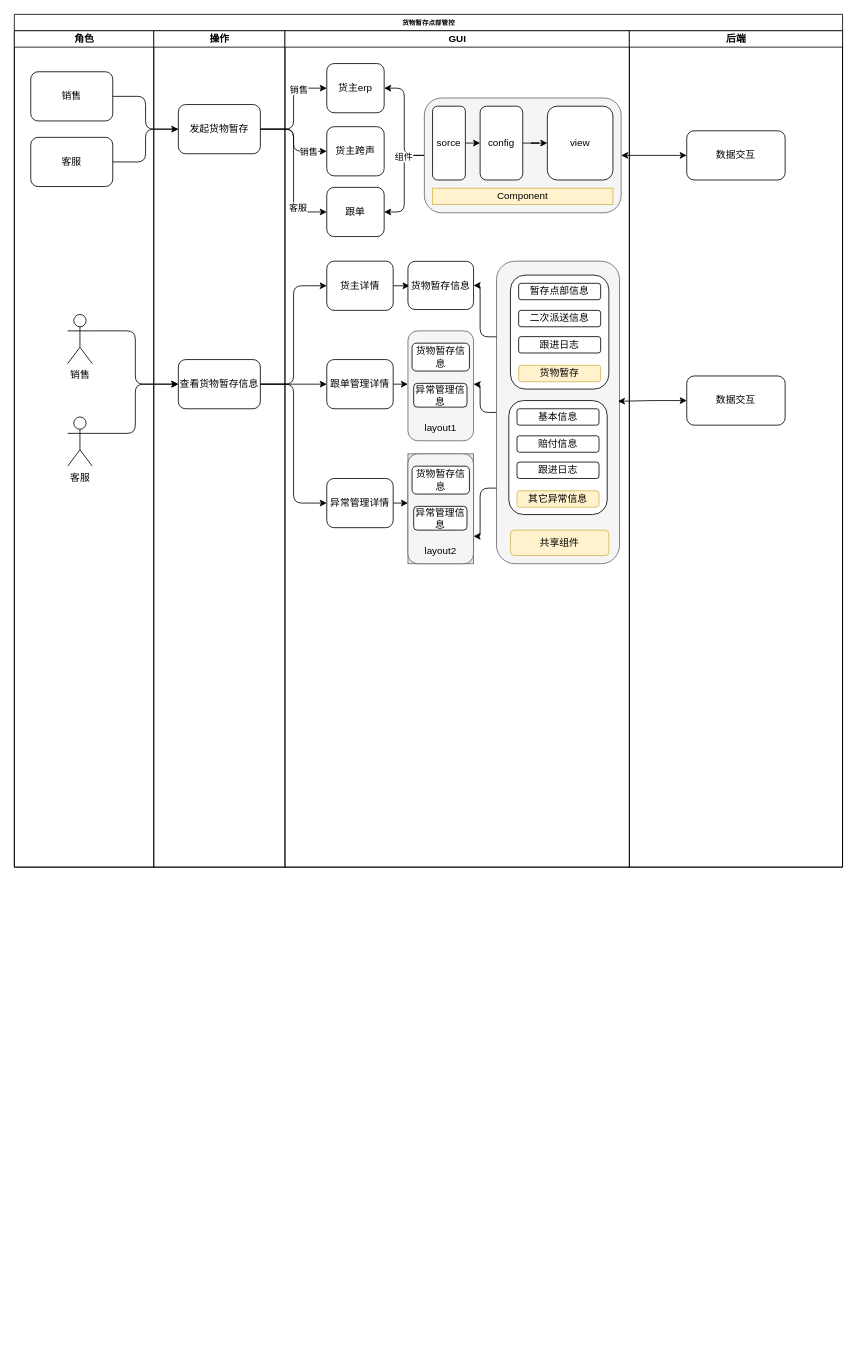
wenwenwei/- keeps this draw.io diagram as 货物暂存点部管控.drawio. Above is the earlier version. Source tidied: cells renumbered, new cells numbered last; positions are measured from the earlier drawing's top-left corner, leaving out a move shared by most shapes. Both pictures are drawn from the tidied source at 82%, with x=0, y=0 at pixel (14, 14).
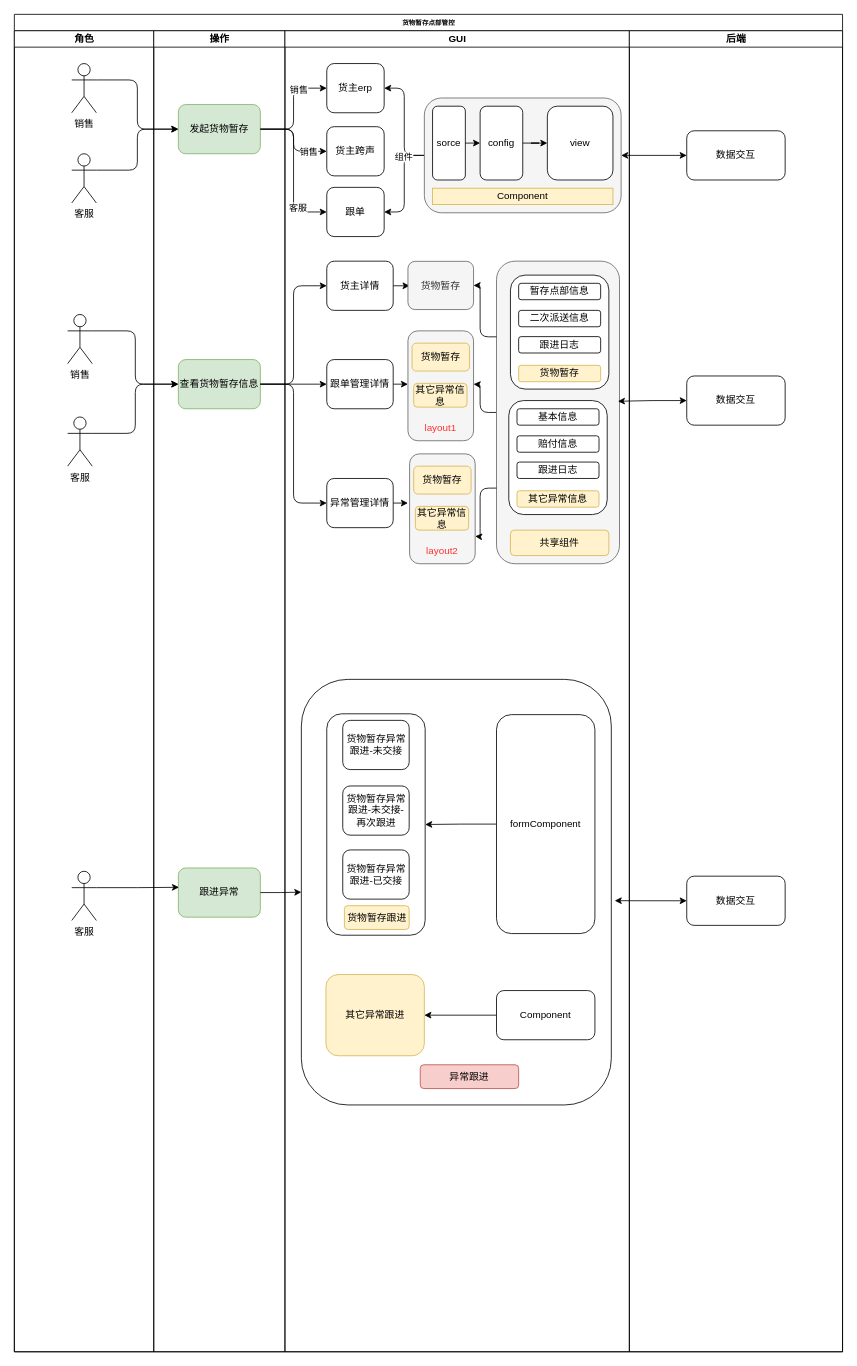
The same page after the edit.

Commit message:
更新货物暂存点部管控.drawio

The change refers to these unchanged cells:
```xml
<mxCell id="45" style="group;" parent="20" vertex="1">
  <mxGeometry x="150" y="366" width="80" height="134" as="geometry" />
</mxCell>
<mxCell id="52" style="rounded=1;whiteSpace=wrap;html=1;fillColor=#f5f5f5;strokeColor=#666666;fontColor=#333333;" parent="50" vertex="1">
  <mxGeometry width="150" height="369" as="geometry" />
</mxCell>
```

Change to the diagram source:
```diff
@@
     <mxCell id="2" value="货物暂存点部管控" style="swimlane;html=1;startSize=20;rounded=0;shadow=0;labelBackgroundColor=none;strokeWidth=1;fontFamily=Verdana;fontSize=8;align=center;" parent="1" vertex="1">
-      <mxGeometry width="1010" height="1040" as="geometry" />
+      <mxGeometry width="1010" height="1631" as="geometry" />
     </mxCell>
     <mxCell id="3" value="角色" style="swimlane;html=1;startSize=20;" parent="2" vertex="1">
-      <mxGeometry y="20" width="170" height="1020" as="geometry" />
+      <mxGeometry y="20" width="170" height="1611" as="geometry" />
     </mxCell>
-    <mxCell id="4" value="&lt;font style=&quot;font-size: 12px;&quot;&gt;销售&lt;/font&gt;" style="rounded=1;whiteSpace=wrap;html=1;shadow=0;labelBackgroundColor=none;strokeWidth=1;fontFamily=Verdana;fontSize=8;align=center;" parent="3" vertex="1">
-      <mxGeometry x="20" y="50" width="100" height="60" as="geometry" />
-    </mxCell>
-    <mxCell id="5" value="&lt;font style=&quot;font-size: 12px;&quot;&gt;客服&lt;/font&gt;" style="rounded=1;whiteSpace=wrap;html=1;shadow=0;labelBackgroundColor=none;strokeWidth=1;fontFamily=Verdana;fontSize=8;align=center;" parent="3" vertex="1">
-      <mxGeometry x="20" y="130" width="100" height="60" as="geometry" />
-    </mxCell>
@@
-    <mxCell id="8" style="edgeStyle=orthogonalEdgeStyle;rounded=1;html=1;labelBackgroundColor=none;startArrow=none;startFill=0;startSize=5;endArrow=classicThin;endFill=1;endSize=5;jettySize=auto;strokeWidth=1;fontFamily=Verdana;fontSize=8;" parent="2" edge="1" source="4" target="10">
-      <mxGeometry relative="1" as="geometry" />
-    </mxCell>
+    <mxCell id="4" value="销售" style="shape=umlActor;verticalLabelPosition=bottom;verticalAlign=top;html=1;outlineConnect=0;" parent="3" vertex="1">
+      <mxGeometry x="70" y="40" width="30" height="60" as="geometry" />
+    </mxCell>
+    <mxCell id="82" value="客服" style="shape=umlActor;verticalLabelPosition=bottom;verticalAlign=top;html=1;outlineConnect=0;" parent="3" vertex="1">
+      <mxGeometry x="70" y="150" width="30" height="60" as="geometry" />
+    </mxCell>
+    <mxCell id="83" value="客服" style="shape=umlActor;verticalLabelPosition=bottom;verticalAlign=top;html=1;outlineConnect=0;" parent="3" vertex="1">
+      <mxGeometry x="70" y="1025" width="30" height="60" as="geometry" />
+    </mxCell>
     <mxCell id="9" value="操作" style="swimlane;html=1;startSize=20;" parent="2" vertex="1">
-      <mxGeometry x="170" y="20" width="160" height="1020" as="geometry" />
+      <mxGeometry x="170" y="20" width="160" height="1611" as="geometry" />
     </mxCell>
-    <mxCell id="10" value="&lt;font style=&quot;font-size: 12px;&quot;&gt;发起货物暂存&lt;/font&gt;" style="rounded=1;whiteSpace=wrap;html=1;shadow=0;labelBackgroundColor=none;strokeWidth=1;fontFamily=Verdana;fontSize=8;align=center;" parent="9" vertex="1">
+    <mxCell id="10" value="&lt;font style=&quot;font-size: 12px;&quot;&gt;发起货物暂存&lt;/font&gt;" style="rounded=1;whiteSpace=wrap;html=1;shadow=0;labelBackgroundColor=none;strokeWidth=1;fontFamily=Verdana;fontSize=8;align=center;fillColor=#d5e8d4;strokeColor=#82b366;" parent="9" vertex="1">
       <mxGeometry x="30" y="90" width="100" height="60" as="geometry" />
     </mxCell>
-    <mxCell id="11" value="&lt;span style=&quot;font-size: 12px;&quot;&gt;查看货物暂存信息&lt;/span&gt;" style="rounded=1;whiteSpace=wrap;html=1;shadow=0;labelBackgroundColor=none;strokeWidth=1;fontFamily=Verdana;fontSize=8;align=center;" parent="9" vertex="1">
+    <mxCell id="11" value="&lt;span style=&quot;font-size: 12px;&quot;&gt;查看货物暂存信息&lt;/span&gt;" style="rounded=1;whiteSpace=wrap;html=1;shadow=0;labelBackgroundColor=none;strokeWidth=1;fontFamily=Verdana;fontSize=8;align=center;fillColor=#d5e8d4;strokeColor=#82b366;" parent="9" vertex="1">
       <mxGeometry x="30" y="401" width="100" height="60" as="geometry" />
     </mxCell>
-    <mxCell id="12" style="edgeStyle=orthogonalEdgeStyle;rounded=1;jettySize=auto;html=1;exitX=1;exitY=0.5;exitDx=0;exitDy=0;startArrow=none;startFill=0;curved=0;entryX=0;entryY=0.5;entryDx=0;entryDy=0;" parent="2" edge="1" source="5" target="10">
-      <mxGeometry relative="1" as="geometry" />
-    </mxCell>
+    <mxCell id="84" value="&lt;span style=&quot;font-size: 12px;&quot;&gt;跟进异常&lt;/span&gt;" style="rounded=1;whiteSpace=wrap;html=1;shadow=0;labelBackgroundColor=none;strokeWidth=1;fontFamily=Verdana;fontSize=8;align=center;fillColor=#d5e8d4;strokeColor=#82b366;" parent="9" vertex="1">
+      <mxGeometry x="30" y="1021" width="100" height="60" as="geometry" />
+    </mxCell>
@@
     <mxCell id="20" value="GUI" style="swimlane;html=1;startSize=20;" parent="2" vertex="1">
-      <mxGeometry x="330" y="20" width="420" height="1020" as="geometry" />
+      <mxGeometry x="330" y="20" width="420" height="1611" as="geometry" />
     </mxCell>
@@
-    <mxCell id="44" value="货物暂存信息" style="rounded=1;whiteSpace=wrap;html=1;" parent="20" vertex="1">
+    <mxCell id="44" value="货物暂存" style="rounded=1;whiteSpace=wrap;html=1;fillColor=#f5f5f5;fontColor=#333333;strokeColor=#666666;" parent="20" vertex="1">
       <mxGeometry x="150" y="281.2" width="80" height="58.8" as="geometry" />
     </mxCell>
@@
+    <mxCell id="85" style="group;" parent="45" vertex="1">
+      <mxGeometry width="80" height="134" as="geometry" />
+    </mxCell>
-    <mxCell id="46" style="rounded=1;whiteSpace=wrap;html=1;fillColor=#f5f5f5;fontColor=#333333;strokeColor=#666666;" parent="45" vertex="1">
+    <mxCell id="46" style="rounded=1;whiteSpace=wrap;html=1;fillColor=#f5f5f5;fontColor=#333333;strokeColor=#666666;" parent="85" vertex="1">
       <mxGeometry width="80" height="134" as="geometry" />
     </mxCell>
-    <mxCell id="47" value="货物暂存信息" style="rounded=1;whiteSpace=wrap;html=1;" parent="45" vertex="1">
+    <mxCell id="47" value="货物暂存" style="rounded=1;whiteSpace=wrap;html=1;fillColor=#fff2cc;strokeColor=#d6b656;" parent="85" vertex="1">
       <mxGeometry x="5" y="15" width="70" height="34" as="geometry" />
     </mxCell>
-    <mxCell id="48" value="异常管理信息" style="rounded=1;whiteSpace=wrap;html=1;" parent="45" vertex="1">
+    <mxCell id="48" value="其它异常信息" style="rounded=1;whiteSpace=wrap;html=1;fillColor=#fff2cc;strokeColor=#d6b656;" parent="85" vertex="1">
       <mxGeometry x="7" y="64" width="65" height="29" as="geometry" />
     </mxCell>
-    <mxCell id="49" value="layout1" style="text;html=1;align=center;verticalAlign=middle;whiteSpace=wrap;rounded=0;" parent="45" vertex="1">
+    <mxCell id="49" value="layout1" style="text;html=1;align=center;verticalAlign=middle;whiteSpace=wrap;rounded=0;fontColor=#FF3333;" parent="85" vertex="1">
       <mxGeometry x="10" y="104" width="60" height="30" as="geometry" />
     </mxCell>
@@
+    <mxCell id="86" style="edgeStyle=orthogonalEdgeStyle;rounded=0;jettySize=auto;html=1;exitX=0;exitY=0.5;exitDx=0;exitDy=0;entryX=1;entryY=0.5;entryDx=0;entryDy=0;" parent="20" edge="1" source="90" target="95">
+      <mxGeometry relative="1" as="geometry" />
+    </mxCell>
+    <mxCell id="87" style="edgeStyle=orthogonalEdgeStyle;rounded=0;jettySize=auto;html=1;exitX=0;exitY=0.5;exitDx=0;exitDy=0;" parent="20" edge="1" source="92" target="93">
+      <mxGeometry relative="1" as="geometry" />
+    </mxCell>
+    <mxCell id="88" style="rounded=1;whiteSpace=wrap;html=1;" parent="20" vertex="1">
+      <mxGeometry x="20" y="791" width="378" height="519" as="geometry" />
+    </mxCell>
+    <mxCell id="89" style="edgeStyle=orthogonalEdgeStyle;rounded=0;jettySize=auto;html=1;exitX=0;exitY=0.5;exitDx=0;exitDy=0;entryX=1;entryY=0.5;entryDx=0;entryDy=0;" parent="20" edge="1" source="90" target="95">
+      <mxGeometry relative="1" as="geometry" />
+    </mxCell>
+    <mxCell id="90" value="formComponent" style="rounded=1;whiteSpace=wrap;html=1;" parent="20" vertex="1">
+      <mxGeometry x="258" y="834" width="120" height="267" as="geometry" />
+    </mxCell>
+    <mxCell id="91" style="edgeStyle=orthogonalEdgeStyle;rounded=0;jettySize=auto;html=1;exitX=0;exitY=0.5;exitDx=0;exitDy=0;entryX=1;entryY=0.5;entryDx=0;entryDy=0;" parent="20" edge="1" source="92" target="93">
+      <mxGeometry relative="1" as="geometry" />
+    </mxCell>
+    <mxCell id="92" value="Component" style="rounded=1;whiteSpace=wrap;html=1;" parent="20" vertex="1">
+      <mxGeometry x="258" y="1170.5" width="120" height="60" as="geometry" />
+    </mxCell>
+    <mxCell id="93" value="其它异常跟进" style="rounded=1;whiteSpace=wrap;html=1;fillColor=#fff2cc;strokeColor=#d6b656;" parent="20" vertex="1">
+      <mxGeometry x="50" y="1151" width="120" height="99" as="geometry" />
+    </mxCell>
+    <mxCell id="94" style="group;" parent="20" vertex="1">
+      <mxGeometry x="51" y="833" width="120" height="270" as="geometry" />
+    </mxCell>
+    <mxCell id="95" style="rounded=1;whiteSpace=wrap;html=1;" parent="94" vertex="1">
+      <mxGeometry width="120" height="270" as="geometry" />
+    </mxCell>
+    <mxCell id="96" value="货物暂存异常跟进-未交接" style="rounded=1;whiteSpace=wrap;html=1;" parent="94" vertex="1">
+      <mxGeometry x="19.5" y="8" width="81" height="60" as="geometry" />
+    </mxCell>
+    <mxCell id="97" value="货物暂存异常跟进-未交接-再次跟进" style="rounded=1;whiteSpace=wrap;html=1;" parent="94" vertex="1">
+      <mxGeometry x="19.5" y="88" width="81" height="60" as="geometry" />
+    </mxCell>
+    <mxCell id="98" value="货物暂存异常跟进-已交接" style="rounded=1;whiteSpace=wrap;html=1;" parent="94" vertex="1">
+      <mxGeometry x="19.5" y="166" width="81" height="60" as="geometry" />
+    </mxCell>
+    <mxCell id="99" value="货物暂存跟进" style="rounded=1;whiteSpace=wrap;html=1;fillColor=#fff2cc;strokeColor=#d6b656;" parent="94" vertex="1">
+      <mxGeometry x="21.5" y="234" width="79" height="29" as="geometry" />
+    </mxCell>
+    <mxCell id="100" value="异常跟进" style="rounded=1;whiteSpace=wrap;html=1;fillColor=#f8cecc;strokeColor=#b85450;" parent="20" vertex="1">
+      <mxGeometry x="165" y="1261" width="120" height="29" as="geometry" />
+    </mxCell>
     <mxCell id="67" value="后端" style="swimlane;html=1;startSize=20;" parent="2" vertex="1">
-      <mxGeometry x="750" y="20" width="260" height="1020" as="geometry" />
+      <mxGeometry x="750" y="20" width="260" height="1611" as="geometry" />
     </mxCell>
@@
+    <mxCell id="101" value="数据交互" style="rounded=1;whiteSpace=wrap;html=1;" parent="67" vertex="1">
+      <mxGeometry x="70" y="1031" width="120" height="60" as="geometry" />
+    </mxCell>
@@
+    <mxCell id="8" style="edgeStyle=orthogonalEdgeStyle;rounded=1;jettySize=auto;html=1;exitX=1;exitY=0.3333333333333333;exitDx=0;exitDy=0;exitPerimeter=0;entryX=0;entryY=0.5;entryDx=0;entryDy=0;curved=0;" parent="2" edge="1" source="4" target="10">
+      <mxGeometry relative="1" as="geometry" />
+    </mxCell>
+    <mxCell id="102" style="edgeStyle=orthogonalEdgeStyle;rounded=1;jettySize=auto;html=1;exitX=1;exitY=0.3333333333333333;exitDx=0;exitDy=0;exitPerimeter=0;curved=0;" parent="2" edge="1" source="82" target="10">
+      <mxGeometry relative="1" as="geometry" />
+    </mxCell>
+    <mxCell id="103" style="edgeStyle=orthogonalEdgeStyle;rounded=0;jettySize=auto;html=1;exitX=1;exitY=0.3333333333333333;exitDx=0;exitDy=0;exitPerimeter=0;entryX=0.008;entryY=0.393;entryDx=0;entryDy=0;entryPerimeter=0;" parent="2" edge="1" source="83" target="84">
+      <mxGeometry relative="1" as="geometry" />
+    </mxCell>
+    <mxCell id="104" style="edgeStyle=orthogonalEdgeStyle;rounded=0;jettySize=auto;html=1;exitX=0;exitY=0.5;exitDx=0;exitDy=0;entryX=1.011;entryY=0.52;entryDx=0;entryDy=0;entryPerimeter=0;endArrow=classic;endFill=1;startArrow=classic;startFill=1;" parent="2" edge="1" source="101" target="88">
+      <mxGeometry relative="1" as="geometry" />
+    </mxCell>
+    <mxCell id="105" style="edgeStyle=orthogonalEdgeStyle;rounded=0;jettySize=auto;html=1;exitX=1;exitY=0.5;exitDx=0;exitDy=0;entryX=0;entryY=0.5;entryDx=0;entryDy=0;" parent="2" edge="1" source="84" target="88">
+      <mxGeometry relative="1" as="geometry" />
+    </mxCell>
+    <mxCell id="77" style="edgeStyle=orthogonalEdgeStyle;rounded=1;jettySize=auto;html=1;exitX=0;exitY=0.75;exitDx=0;exitDy=0;entryX=1;entryY=0.75;entryDx=0;entryDy=0;curved=0;" parent="1" edge="1" source="52">
+      <mxGeometry relative="1" as="geometry">
+        <mxPoint x="562" y="636.5" as="targetPoint" />
+      </mxGeometry>
+    </mxCell>
+    <mxCell id="106" style="group;" parent="1" vertex="1">
+      <mxGeometry x="482" y="536" width="80" height="134" as="geometry" />
+    </mxCell>
-    <mxCell id="76" style="group;fillColor=#E8E8E8;fontColor=#333333;strokeColor=#666666;" parent="1" vertex="1">
-      <mxGeometry x="480" y="536" width="80" height="134" as="geometry" />
+    <mxCell id="76" style="group;fillColor=#f5f5f5;fontColor=#333333;strokeColor=#666666;rounded=1;" parent="106" vertex="1">
+      <mxGeometry width="80" height="134" as="geometry" />
     </mxCell>
-    <mxCell id="77" style="edgeStyle=orthogonalEdgeStyle;rounded=1;jettySize=auto;html=1;exitX=0;exitY=0.75;exitDx=0;exitDy=0;entryX=1;entryY=0.75;entryDx=0;entryDy=0;curved=0;" parent="1" edge="1" source="52" target="78">
-      <mxGeometry relative="1" as="geometry" />
-    </mxCell>
-    <mxCell id="78" style="rounded=1;whiteSpace=wrap;html=1;fillColor=#f5f5f5;fontColor=#333333;strokeColor=#666666;" parent="1" vertex="1">
-      <mxGeometry x="480" y="536" width="80" height="134" as="geometry" />
-    </mxCell>
-    <mxCell id="79" value="货物暂存信息" style="rounded=1;whiteSpace=wrap;html=1;" parent="1" vertex="1">
-      <mxGeometry x="485" y="551" width="70" height="34" as="geometry" />
+    <mxCell id="79" value="货物暂存" style="rounded=1;whiteSpace=wrap;html=1;fillColor=#fff2cc;strokeColor=#d6b656;" parent="106" vertex="1">
+      <mxGeometry x="5" y="15" width="70" height="34" as="geometry" />
     </mxCell>
-    <mxCell id="80" value="异常管理信息" style="rounded=1;whiteSpace=wrap;html=1;" parent="1" vertex="1">
-      <mxGeometry x="487" y="600" width="65" height="29" as="geometry" />
+    <mxCell id="80" value="其它异常信息" style="rounded=1;whiteSpace=wrap;html=1;fillColor=#fff2cc;strokeColor=#d6b656;" parent="106" vertex="1">
+      <mxGeometry x="7" y="64" width="65" height="29" as="geometry" />
     </mxCell>
-    <mxCell id="81" value="layout2" style="text;html=1;align=center;verticalAlign=middle;whiteSpace=wrap;rounded=0;" parent="1" vertex="1">
-      <mxGeometry x="490" y="640" width="60" height="30" as="geometry" />
+    <mxCell id="81" value="layout2" style="text;html=1;align=center;verticalAlign=middle;whiteSpace=wrap;rounded=0;fontColor=#FF3333;" parent="106" vertex="1">
+      <mxGeometry x="10" y="104" width="60" height="30" as="geometry" />
     </mxCell>
```
